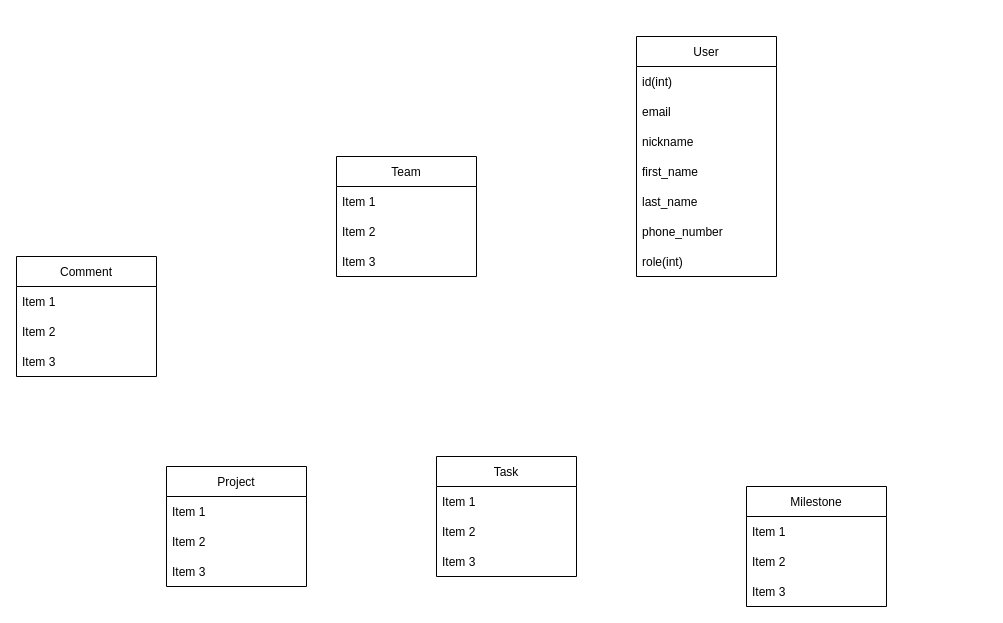
Before: KikakuERD.drawio in darthradek/Kikaku, a draw.io diagram. Source tidied: cells renumbered, new cells numbered last; positions are measured from the earlier drawing's top-left corner, leaving out a move shared by most shapes. Both pictures are drawn from the tidied source at 100%, with x=0, y=0 at pixel (16, 36).
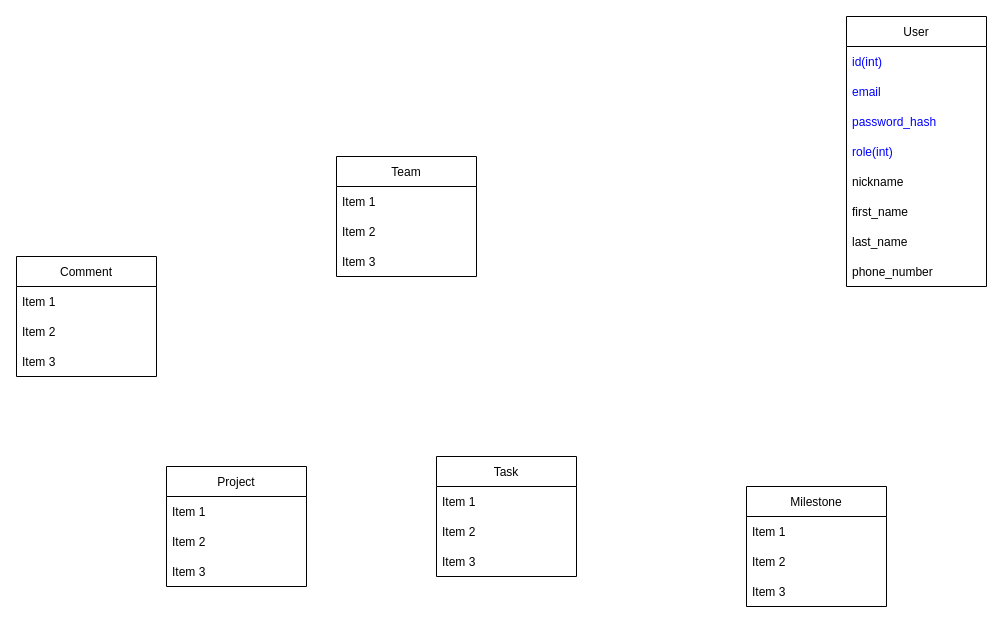
After the change.

What changed in the source:
```diff
@@
     <mxCell id="2" value="User" style="swimlane;fontStyle=0;horizontal=1;startSize=30;" parent="1" vertex="1">
-      <mxGeometry x="620" width="140" height="240" as="geometry" />
+      <mxGeometry x="830" y="-20" width="140" height="270" as="geometry" />
     </mxCell>
-    <mxCell id="3" value="id(int)" style="text;strokeColor=none;fillColor=none;align=left;verticalAlign=middle;spacingLeft=4;spacingRight=4;overflow=hidden;" parent="2" vertex="1">
+    <mxCell id="3" value="id(int)" style="text;strokeColor=none;fillColor=none;align=left;verticalAlign=middle;spacingLeft=4;spacingRight=4;overflow=hidden;fontColor=#0000FF;" parent="2" vertex="1">
       <mxGeometry y="30" width="140" height="30" as="geometry" />
     </mxCell>
-    <mxCell id="4" value="email" style="text;strokeColor=none;fillColor=none;align=left;verticalAlign=middle;spacingLeft=4;spacingRight=4;overflow=hidden;" parent="2" vertex="1">
+    <mxCell id="4" value="email" style="text;strokeColor=none;fillColor=none;align=left;verticalAlign=middle;spacingLeft=4;spacingRight=4;overflow=hidden;fontColor=#0000FF;" parent="2" vertex="1">
       <mxGeometry y="60" width="140" height="30" as="geometry" />
     </mxCell>
+    <mxCell id="30" value="password_hash" style="text;strokeColor=none;fillColor=none;align=left;verticalAlign=middle;spacingLeft=4;spacingRight=4;overflow=hidden;fontColor=#0000FF;" parent="2" vertex="1">
+      <mxGeometry y="90" width="140" height="30" as="geometry" />
+    </mxCell>
+    <mxCell id="9" value="role(int)" style="text;strokeColor=none;fillColor=none;align=left;verticalAlign=middle;spacingLeft=4;spacingRight=4;overflow=hidden;fontColor=#0000FF;" parent="2" vertex="1">
+      <mxGeometry y="120" width="140" height="30" as="geometry" />
+    </mxCell>
-    <mxCell id="5" value="nickname" style="text;strokeColor=none;fillColor=none;align=left;verticalAlign=middle;spacingLeft=4;spacingRight=4;overflow=hidden;" parent="2" vertex="1">
-      <mxGeometry y="90" width="140" height="30" as="geometry" />
+    <mxCell id="5" value="nickname" style="text;strokeColor=none;fillColor=none;align=left;verticalAlign=middle;spacingLeft=4;spacingRight=4;overflow=hidden;fontColor=#000000;" parent="2" vertex="1">
+      <mxGeometry y="150" width="140" height="30" as="geometry" />
     </mxCell>
     <mxCell id="6" value="first_name" style="text;strokeColor=none;fillColor=none;align=left;verticalAlign=middle;spacingLeft=4;spacingRight=4;overflow=hidden;" parent="2" vertex="1">
-      <mxGeometry y="120" width="140" height="30" as="geometry" />
+      <mxGeometry y="180" width="140" height="30" as="geometry" />
     </mxCell>
     <mxCell id="7" value="last_name" style="text;strokeColor=none;fillColor=none;align=left;verticalAlign=middle;spacingLeft=4;spacingRight=4;overflow=hidden;" parent="2" vertex="1">
-      <mxGeometry y="150" width="140" height="30" as="geometry" />
+      <mxGeometry y="210" width="140" height="30" as="geometry" />
     </mxCell>
     <mxCell id="8" value="phone_number" style="text;strokeColor=none;fillColor=none;align=left;verticalAlign=middle;spacingLeft=4;spacingRight=4;overflow=hidden;" parent="2" vertex="1">
-      <mxGeometry y="180" width="140" height="30" as="geometry" />
+      <mxGeometry y="240" width="140" height="30" as="geometry" />
     </mxCell>
-    <mxCell id="9" value="role(int)" style="text;strokeColor=none;fillColor=none;align=left;verticalAlign=middle;spacingLeft=4;spacingRight=4;overflow=hidden;" parent="2" vertex="1">
-      <mxGeometry y="210" width="140" height="30" as="geometry" />
-    </mxCell>
```
